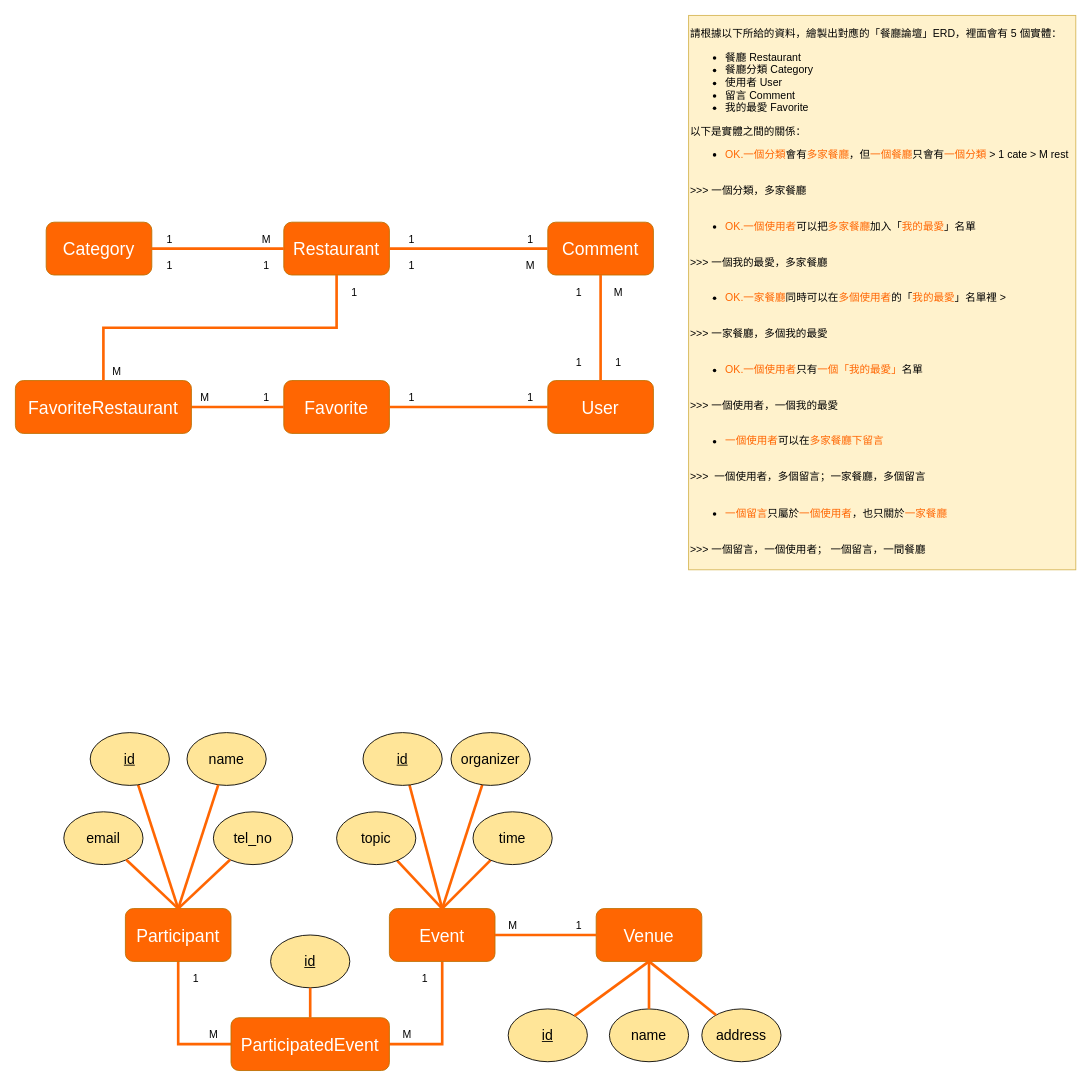
Earlier version of the draw.io diagram 餐廳論壇ERD-ver2.drawio (z88243310/bins). Source tidied: cells renumbered, new cells numbered last; positions are measured from the earlier drawing's top-left corner, leaving out a move shared by most shapes. Both pictures are drawn from the tidied source at 88%, with x=0, y=0 at pixel (15, 15).
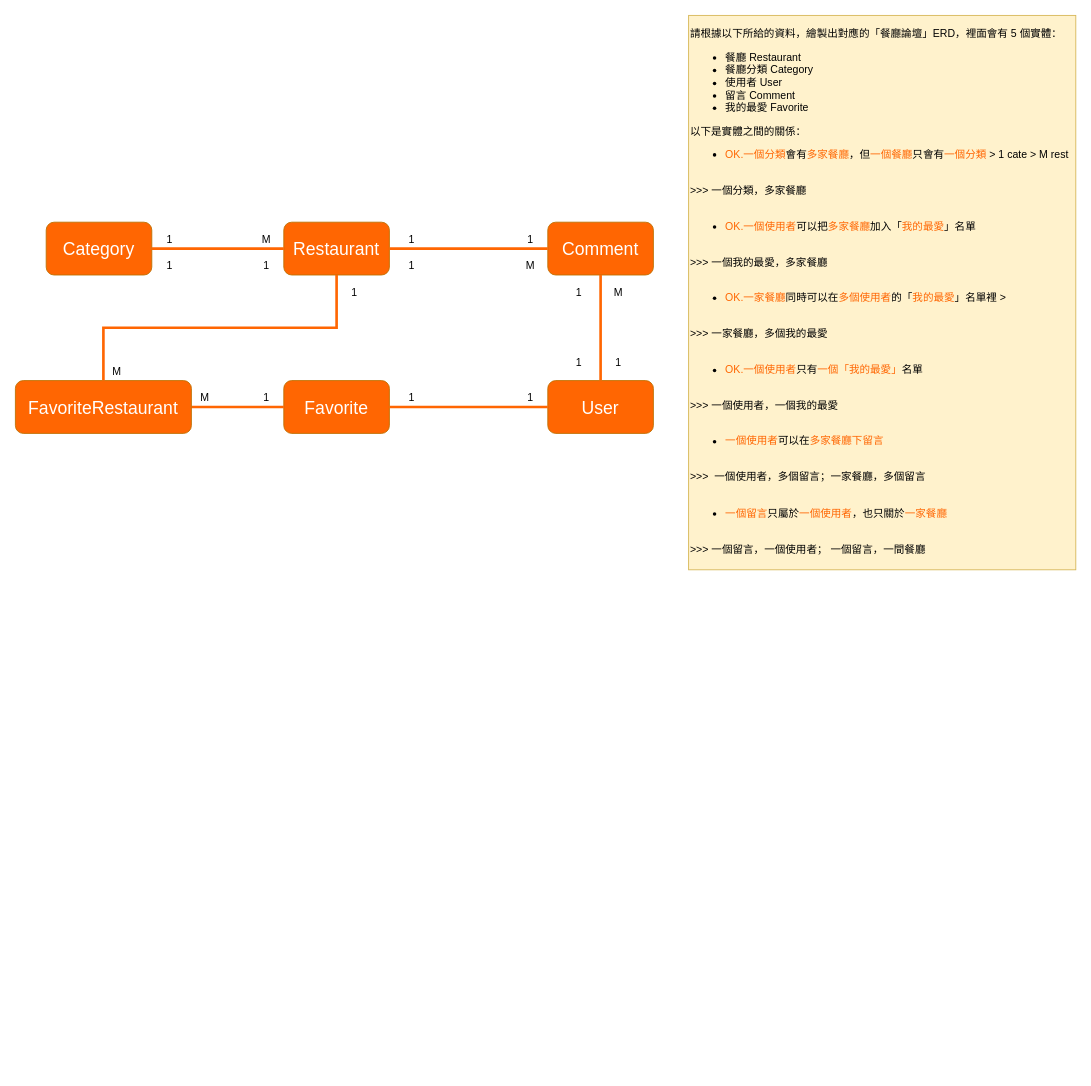
Above is the later version.

Commit message:
更新餐廳論壇ERD-ver2.drawio

Diff of the diagram source:
```diff
@@
-    <mxCell id="2" style="edgeStyle=orthogonalEdgeStyle;rounded=0;jettySize=auto;html=1;entryX=0;entryY=0.5;entryDx=0;entryDy=0;strokeWidth=3;endArrow=none;endFill=0;strokeColor=#FF6602;" parent="1" edge="1" source="3" target="34">
-      <mxGeometry relative="1" as="geometry" />
-    </mxCell>
-    <mxCell id="3" value="Participant" style="rounded=1;whiteSpace=wrap;html=1;fillColor=#FF6602;strokeColor=#BD7000;fontColor=#FFFFFF;fontSize=20;" parent="1" vertex="1">
-      <mxGeometry x="125" y="1015" width="120" height="60" as="geometry" />
-    </mxCell>
-    <mxCell id="4" value="M" style="text;html=1;align=center;verticalAlign=middle;strokeColor=none;fillColor=none;" parent="1" vertex="1">
-      <mxGeometry x="215" y="1149" width="20" height="20" as="geometry" />
-    </mxCell>
-    <mxCell id="5" value="&lt;div&gt;M&lt;/div&gt;" style="text;html=1;align=center;verticalAlign=middle;strokeColor=none;fillColor=none;" parent="1" vertex="1">
-      <mxGeometry x="435" y="1149" width="20" height="20" as="geometry" />
-    </mxCell>
-    <mxCell id="6" style="edgeStyle=none;rounded=0;jettySize=auto;html=1;fontSize=16;fontColor=#FFFFFF;endArrow=none;endFill=0;strokeColor=#FF6602;strokeWidth=3;" parent="1" edge="1" source="7">
-      <mxGeometry relative="1" as="geometry">
-        <mxPoint x="185" y="1015" as="targetPoint" />
-      </mxGeometry>
-    </mxCell>
-    <mxCell id="7" value="&lt;u&gt;id&lt;/u&gt;" style="ellipse;whiteSpace=wrap;html=1;fillColor=#FFE598;fontSize=16;" parent="1" vertex="1">
-      <mxGeometry x="85" y="815" width="90" height="60" as="geometry" />
-    </mxCell>
-    <mxCell id="8" style="edgeStyle=orthogonalEdgeStyle;rounded=0;jettySize=auto;html=1;entryX=1;entryY=0.5;entryDx=0;entryDy=0;strokeWidth=3;endArrow=none;endFill=0;strokeColor=#FF6602;" parent="1" edge="1" source="9" target="34">
-      <mxGeometry relative="1" as="geometry" />
-    </mxCell>
-    <mxCell id="9" value="Event" style="rounded=1;whiteSpace=wrap;html=1;fillColor=#FF6602;strokeColor=#BD7000;fontColor=#FFFFFF;fontSize=20;" parent="1" vertex="1">
-      <mxGeometry x="425" y="1015" width="120" height="60" as="geometry" />
-    </mxCell>
-    <mxCell id="10" value="name" style="ellipse;whiteSpace=wrap;html=1;fillColor=#FFE598;fontSize=16;" parent="1" vertex="1">
-      <mxGeometry x="195" y="815" width="90" height="60" as="geometry" />
-    </mxCell>
-    <mxCell id="11" style="edgeStyle=none;rounded=0;jettySize=auto;html=1;fontSize=16;fontColor=#FFFFFF;endArrow=none;endFill=0;strokeColor=#FF6602;strokeWidth=3;entryX=0.5;entryY=0;entryDx=0;entryDy=0;" parent="1" edge="1" source="12" target="9">
-      <mxGeometry relative="1" as="geometry" />
-    </mxCell>
-    <mxCell id="12" value="topic" style="ellipse;whiteSpace=wrap;html=1;fillColor=#FFE598;fontSize=16;fontStyle=0;" parent="1" vertex="1">
-      <mxGeometry x="365" y="905" width="90" height="60" as="geometry" />
-    </mxCell>
-    <mxCell id="13" style="edgeStyle=none;rounded=0;jettySize=auto;html=1;fontSize=16;fontColor=#FFFFFF;endArrow=none;endFill=0;strokeColor=#FF6602;strokeWidth=3;entryX=0.5;entryY=0;entryDx=0;entryDy=0;" parent="1" edge="1" source="14" target="9">
-      <mxGeometry relative="1" as="geometry" />
-    </mxCell>
-    <mxCell id="14" value="organizer" style="ellipse;whiteSpace=wrap;html=1;fillColor=#FFE598;fontSize=16;" parent="1" vertex="1">
-      <mxGeometry x="495" y="815" width="90" height="60" as="geometry" />
-    </mxCell>
-    <mxCell id="15" style="edgeStyle=none;rounded=0;jettySize=auto;html=1;fontSize=16;fontColor=#FFFFFF;endArrow=none;endFill=0;strokeColor=#FF6602;strokeWidth=3;" parent="1" edge="1" source="16">
-      <mxGeometry relative="1" as="geometry">
-        <mxPoint x="485" y="1015" as="targetPoint" />
-      </mxGeometry>
-    </mxCell>
-    <mxCell id="16" value="time" style="ellipse;whiteSpace=wrap;html=1;fillColor=#FFE598;fontSize=16;" parent="1" vertex="1">
-      <mxGeometry x="520" y="905" width="90" height="60" as="geometry" />
-    </mxCell>
-    <mxCell id="17" style="edgeStyle=none;rounded=0;jettySize=auto;html=1;fontSize=16;fontColor=#FFFFFF;endArrow=none;endFill=0;strokeColor=#FF6602;strokeWidth=3;entryX=0.5;entryY=0;entryDx=0;entryDy=0;" parent="1" edge="1" source="18" target="9">
-      <mxGeometry relative="1" as="geometry" />
-    </mxCell>
-    <mxCell id="18" value="id" style="ellipse;whiteSpace=wrap;html=1;fillColor=#FFE598;fontSize=16;fontStyle=4;" parent="1" vertex="1">
-      <mxGeometry x="395" y="815" width="90" height="60" as="geometry" />
-    </mxCell>
-    <mxCell id="19" style="edgeStyle=none;rounded=0;jettySize=auto;html=1;fontSize=16;fontColor=#FFFFFF;endArrow=none;endFill=0;strokeColor=#FF6602;strokeWidth=3;entryX=0.5;entryY=0;entryDx=0;entryDy=0;" parent="1" edge="1" source="10" target="3">
-      <mxGeometry relative="1" as="geometry" />
-    </mxCell>
-    <mxCell id="20" value="Venue" style="rounded=1;whiteSpace=wrap;html=1;fillColor=#FF6602;strokeColor=#BD7000;fontColor=#FFFFFF;fontSize=20;" parent="1" vertex="1">
-      <mxGeometry x="660" y="1015" width="120" height="60" as="geometry" />
-    </mxCell>
-    <mxCell id="21" style="edgeStyle=none;rounded=0;jettySize=auto;html=1;fontSize=16;fontColor=#FFFFFF;endArrow=none;endFill=0;strokeColor=#FF6602;strokeWidth=3;exitX=1;exitY=0.5;exitDx=0;exitDy=0;" parent="1" edge="1" source="9" target="20">
-      <mxGeometry relative="1" as="geometry" />
-    </mxCell>
-    <mxCell id="22" value="M" style="text;html=1;align=center;verticalAlign=middle;strokeColor=none;fillColor=none;" parent="1" vertex="1">
-      <mxGeometry x="555" y="1025" width="20" height="20" as="geometry" />
-    </mxCell>
-    <mxCell id="23" value="1" style="text;html=1;align=center;verticalAlign=middle;strokeColor=none;fillColor=none;" parent="1" vertex="1">
-      <mxGeometry x="630" y="1025" width="20" height="20" as="geometry" />
-    </mxCell>
-    <mxCell id="24" value="tel_no" style="ellipse;whiteSpace=wrap;html=1;fillColor=#FFE598;fontSize=16;" parent="1" vertex="1">
-      <mxGeometry x="225" y="905" width="90" height="60" as="geometry" />
-    </mxCell>
-    <mxCell id="25" value="&lt;span style=&quot;white-space: pre&quot;&gt;email&lt;br&gt;&lt;/span&gt;" style="ellipse;whiteSpace=wrap;html=1;fillColor=#FFE598;fontSize=16;" parent="1" vertex="1">
-      <mxGeometry x="55" y="905" width="90" height="60" as="geometry" />
-    </mxCell>
-    <mxCell id="26" style="edgeStyle=none;rounded=0;jettySize=auto;html=1;fontSize=16;fontColor=#FFFFFF;endArrow=none;endFill=0;strokeColor=#FF6602;strokeWidth=3;exitX=0.5;exitY=0;exitDx=0;exitDy=0;" parent="1" edge="1" source="3" target="25">
-      <mxGeometry relative="1" as="geometry" />
-    </mxCell>
-    <mxCell id="27" style="edgeStyle=none;rounded=0;jettySize=auto;html=1;fontSize=16;fontColor=#FFFFFF;endArrow=none;endFill=0;strokeColor=#FF6602;strokeWidth=3;exitX=0.5;exitY=0;exitDx=0;exitDy=0;" parent="1" edge="1" source="3" target="24">
-      <mxGeometry relative="1" as="geometry" />
-    </mxCell>
-    <mxCell id="28" value="id" style="ellipse;whiteSpace=wrap;html=1;fillColor=#FFE598;fontSize=16;fontStyle=4;" parent="1" vertex="1">
-      <mxGeometry x="560" y="1129" width="90" height="60" as="geometry" />
-    </mxCell>
-    <mxCell id="29" style="edgeStyle=none;rounded=0;jettySize=auto;html=1;fontSize=16;fontColor=#FFFFFF;endArrow=none;endFill=0;strokeColor=#FF6602;strokeWidth=3;entryX=0.5;entryY=1;entryDx=0;entryDy=0;" parent="1" edge="1" source="28" target="20">
-      <mxGeometry relative="1" as="geometry" />
-    </mxCell>
-    <mxCell id="30" value="name" style="ellipse;whiteSpace=wrap;html=1;fillColor=#FFE598;fontSize=16;" parent="1" vertex="1">
-      <mxGeometry x="675" y="1129" width="90" height="60" as="geometry" />
-    </mxCell>
-    <mxCell id="31" value="address" style="ellipse;whiteSpace=wrap;html=1;fillColor=#FFE598;fontSize=16;" parent="1" vertex="1">
-      <mxGeometry x="780" y="1129" width="90" height="60" as="geometry" />
-    </mxCell>
-    <mxCell id="32" style="edgeStyle=none;rounded=0;jettySize=auto;html=1;fontSize=16;fontColor=#FFFFFF;endArrow=none;endFill=0;strokeColor=#FF6602;strokeWidth=3;" parent="1" edge="1" source="30" target="20">
-      <mxGeometry relative="1" as="geometry" />
-    </mxCell>
-    <mxCell id="33" style="edgeStyle=none;rounded=0;jettySize=auto;html=1;fontSize=16;fontColor=#FFFFFF;endArrow=none;endFill=0;strokeColor=#FF6602;strokeWidth=3;entryX=0.5;entryY=1;entryDx=0;entryDy=0;" parent="1" edge="1" source="31" target="20">
-      <mxGeometry relative="1" as="geometry" />
-    </mxCell>
-    <mxCell id="34" value="ParticipatedEvent" style="rounded=1;whiteSpace=wrap;html=1;fillColor=#FF6602;strokeColor=#BD7000;fontColor=#FFFFFF;fontSize=20;" parent="1" vertex="1">
-      <mxGeometry x="245" y="1139" width="180" height="60" as="geometry" />
-    </mxCell>
-    <mxCell id="35" value="1" style="text;html=1;align=center;verticalAlign=middle;strokeColor=none;fillColor=none;" parent="1" vertex="1">
-      <mxGeometry x="195" y="1085" width="20" height="20" as="geometry" />
-    </mxCell>
-    <mxCell id="36" value="1" style="text;html=1;align=center;verticalAlign=middle;strokeColor=none;fillColor=none;" parent="1" vertex="1">
-      <mxGeometry x="455" y="1085" width="20" height="20" as="geometry" />
-    </mxCell>
-    <mxCell id="37" value="id" style="ellipse;whiteSpace=wrap;html=1;fillColor=#FFE598;fontSize=16;fontStyle=4;" parent="1" vertex="1">
-      <mxGeometry x="290" y="1045" width="90" height="60" as="geometry" />
-    </mxCell>
-    <mxCell id="38" style="edgeStyle=none;rounded=0;jettySize=auto;html=1;fontSize=16;fontColor=#FFFFFF;endArrow=none;endFill=0;strokeColor=#FF6602;strokeWidth=3;entryX=0.5;entryY=0;entryDx=0;entryDy=0;" parent="1" edge="1" source="37" target="34">
-      <mxGeometry relative="1" as="geometry" />
-    </mxCell>
```
